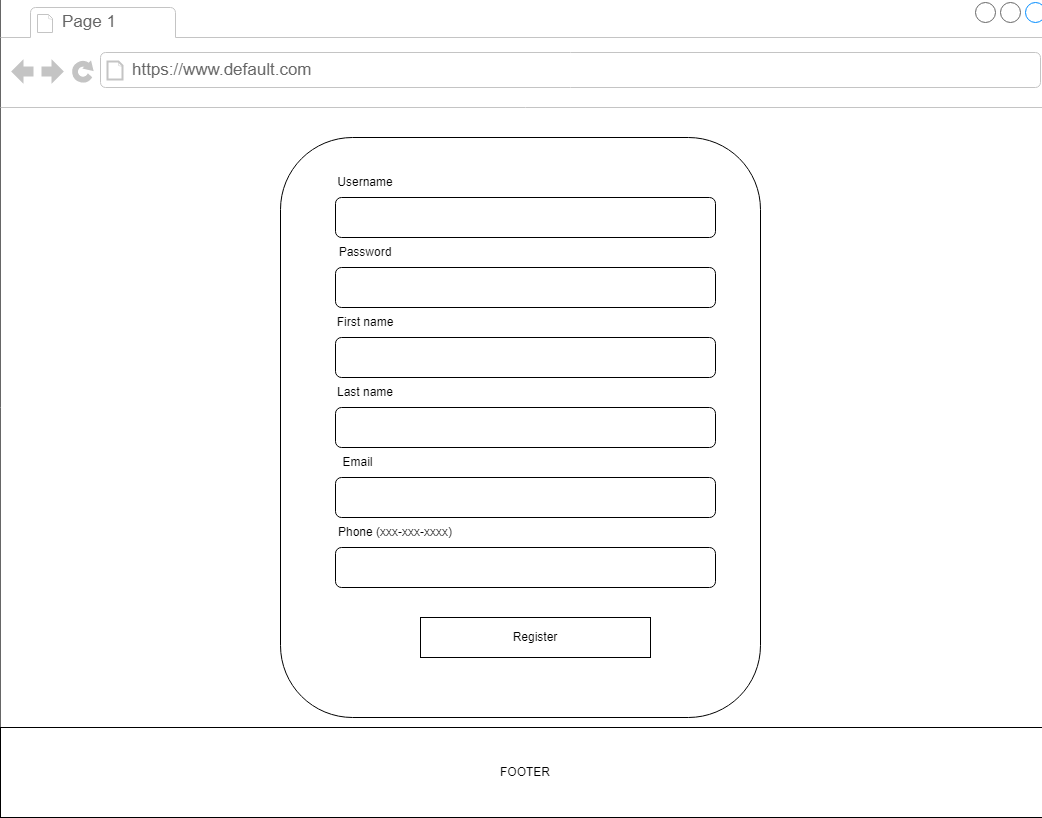
Earlier version of the draw.io export documentation/wireframe register page.png (kristina-sh/webprog-pizza-rest). Source tidied: cells renumbered, new cells last; positions are measured from the earlier drawing's top-left corner, leaving out a move shared by most shapes.
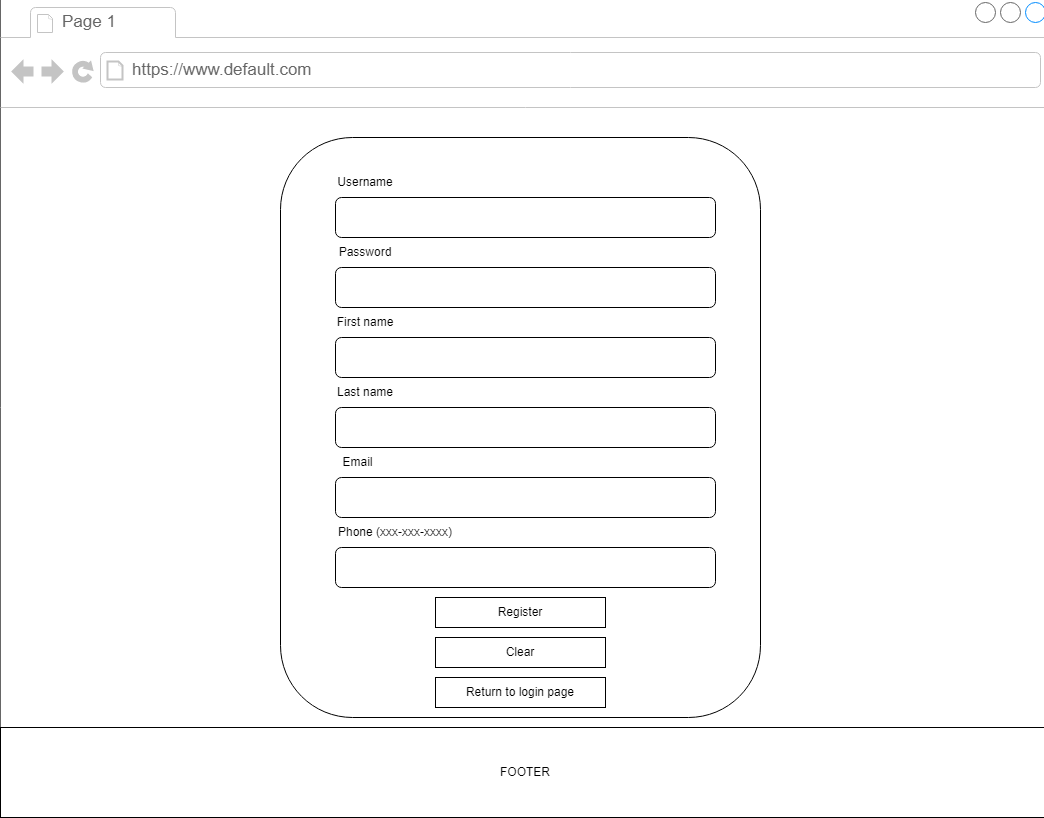
Later version of the same file.

What changed in the source:
```diff
@@ -87,7 +87,7 @@
       <mxGeometry x="335" y="340" width="380" height="40" as="geometry" />
     </mxCell>
     <mxCell id="30" value="Register" style="rounded=0;whiteSpace=wrap;html=1;" parent="20" vertex="1">
-      <mxGeometry x="420" y="620" width="230" height="40" as="geometry" />
+      <mxGeometry x="435" y="600" width="170" height="30" as="geometry" />
     </mxCell>
     <mxCell id="31" value="FOOTER" style="rounded=0;whiteSpace=wrap;html=1;" parent="20" vertex="1">
       <mxGeometry y="730" width="1050" height="90" as="geometry" />
@@ -110,5 +110,11 @@
     <mxCell id="37" value="Phone (xxx-xxx-xxxx)" style="text;html=1;strokeColor=none;fillColor=none;align=center;verticalAlign=middle;whiteSpace=wrap;rounded=0;" parent="20" vertex="1">
       <mxGeometry x="290" y="520" width="210" height="30" as="geometry" />
     </mxCell>
+    <mxCell id="38" value="Clear" style="rounded=0;whiteSpace=wrap;html=1;" parent="20" vertex="1">
+      <mxGeometry x="435" y="640" width="170" height="30" as="geometry" />
+    </mxCell>
+    <mxCell id="39" value="Return to login page" style="rounded=0;whiteSpace=wrap;html=1;" parent="20" vertex="1">
+      <mxGeometry x="435" y="680" width="170" height="30" as="geometry" />
+    </mxCell>
   </root>
 </mxGraphModel>
```
